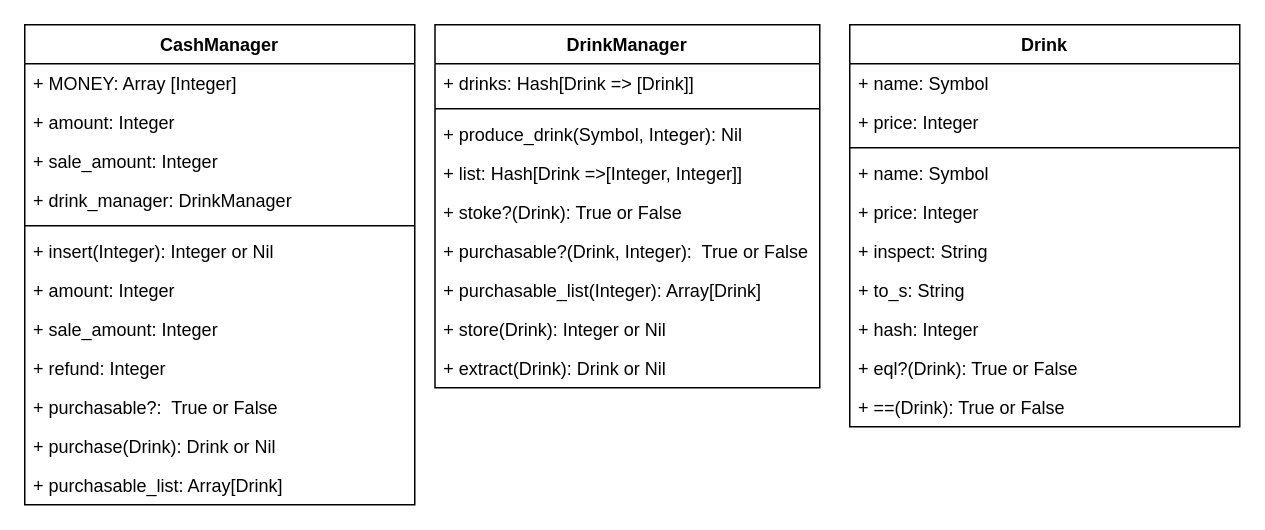
Above: images/class.drawio in fumtas1k/tddbc_ft (draw.io), before the change. Source tidied: cells renumbered, new cells numbered last; positions are measured from the earlier drawing's top-left corner, leaving out a move shared by most shapes. Both pictures are drawn from the tidied source at 150%, with x=0, y=0 at pixel (24, 24).
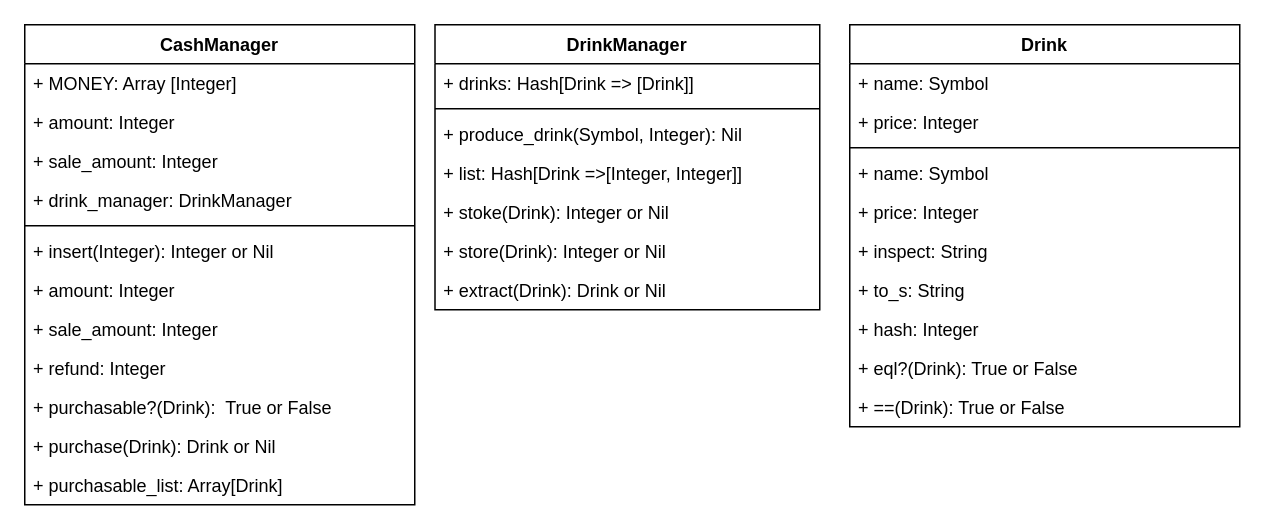
The same page after the edit.

Commit message (it also covers changes not shown here):
各クラスのメソッド見直し

Unchanged cells that the change refers to:
```xml
<mxCell id="2" value="CashManager" style="swimlane;fontStyle=1;align=center;verticalAlign=top;horizontal=1;startSize=26;" parent="1" vertex="1">
  <mxGeometry width="260" height="320" as="geometry" />
</mxCell>
```

What changed in the source:
```diff
@@
-    <mxCell id="12" value="+ purchasable?:  True or False" style="text;strokeColor=none;fillColor=none;align=left;verticalAlign=top;spacingLeft=4;spacingRight=4;overflow=hidden;" parent="2" vertex="1">
+    <mxCell id="12" value="+ purchasable?(Drink):  True or False" style="text;strokeColor=none;fillColor=none;align=left;verticalAlign=top;spacingLeft=4;spacingRight=4;overflow=hidden;" parent="2" vertex="1">
       <mxGeometry y="242" width="260" height="26" as="geometry" />
     </mxCell>
@@
     <mxCell id="15" value="DrinkManager" style="swimlane;fontStyle=1;align=center;verticalAlign=top;horizontal=1;startSize=26;" parent="1" vertex="1">
-      <mxGeometry x="273.5" width="256.5" height="242" as="geometry" />
+      <mxGeometry x="273.5" width="256.5" height="190" as="geometry" />
     </mxCell>
@@
-    <mxCell id="20" value="+ stoke?(Drink): True or False" style="text;strokeColor=none;fillColor=none;align=left;verticalAlign=top;spacingLeft=4;spacingRight=4;overflow=hidden;" parent="15" vertex="1">
+    <mxCell id="20" value="+ stoke(Drink): Integer or Nil" style="text;strokeColor=none;fillColor=none;align=left;verticalAlign=top;spacingLeft=4;spacingRight=4;overflow=hidden;" parent="15" vertex="1">
       <mxGeometry y="112" width="256.5" height="26" as="geometry" />
     </mxCell>
-    <mxCell id="21" value="+ purchasable?(Drink, Integer):  True or False" style="text;strokeColor=none;fillColor=none;align=left;verticalAlign=top;spacingLeft=4;spacingRight=4;overflow=hidden;" parent="15" vertex="1">
-      <mxGeometry y="138" width="256.5" height="26" as="geometry" />
-    </mxCell>
-    <mxCell id="22" value="+ purchasable_list(Integer): Array[Drink]" style="text;strokeColor=none;fillColor=none;align=left;verticalAlign=top;spacingLeft=4;spacingRight=4;overflow=hidden;" parent="15" vertex="1">
-      <mxGeometry y="164" width="256.5" height="26" as="geometry" />
-    </mxCell>
     <mxCell id="23" value="+ store(Drink): Integer or Nil" style="text;strokeColor=none;fillColor=none;align=left;verticalAlign=top;spacingLeft=4;spacingRight=4;overflow=hidden;" parent="15" vertex="1">
-      <mxGeometry y="190" width="256.5" height="26" as="geometry" />
+      <mxGeometry y="138" width="256.5" height="26" as="geometry" />
     </mxCell>
     <mxCell id="24" value="+ extract(Drink): Drink or Nil" style="text;strokeColor=none;fillColor=none;align=left;verticalAlign=top;spacingLeft=4;spacingRight=4;overflow=hidden;" parent="15" vertex="1">
-      <mxGeometry y="216" width="256.5" height="26" as="geometry" />
+      <mxGeometry y="164" width="256.5" height="26" as="geometry" />
     </mxCell>
```
